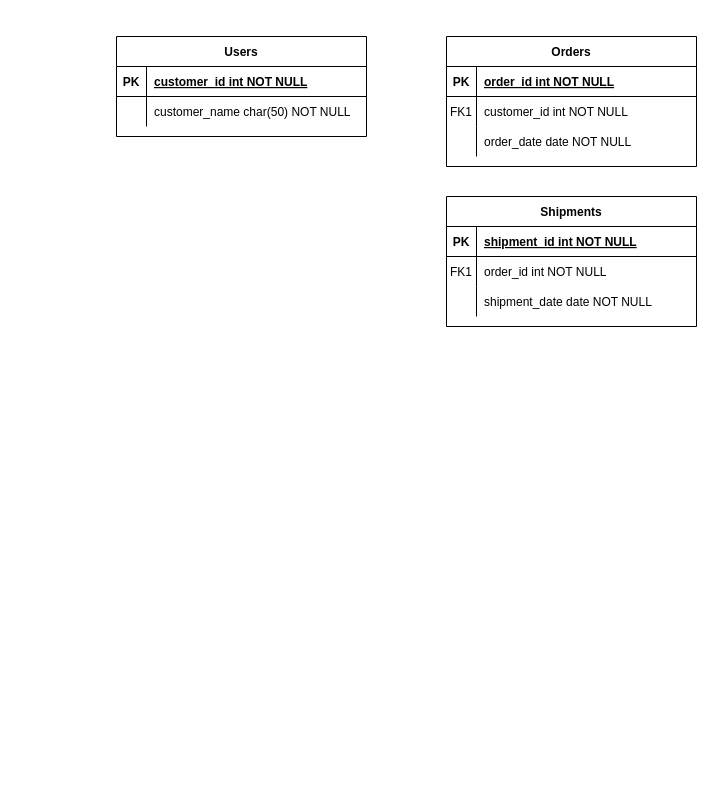
Earlier version of the draw.io diagram 名称未設定ファイル.drawio (s17w09/Entity-Relationship-Diagram). Source tidied: cells renumbered, new cells numbered last; positions are measured from the earlier drawing's top-left corner, leaving out a move shared by most shapes. Both pictures are drawn from the tidied source at 100%, with x=0, y=0 at pixel (116, 36).
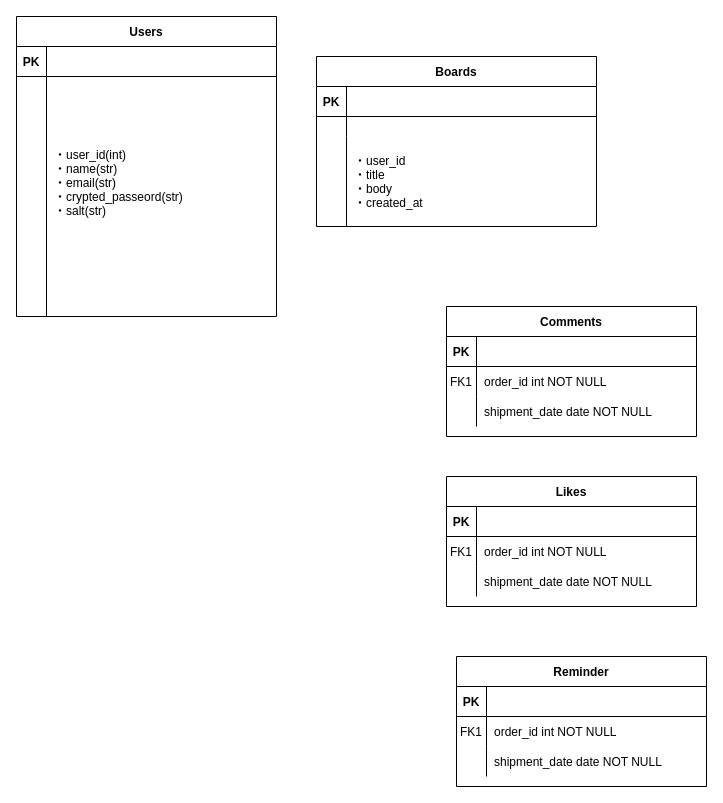
The same page after the edit.

Commit message (it also covers changes not shown here):
名称未設定ファイル.drawio を更新します

The change refers to these unchanged cells:
```xml
<mxCell id="13" style="shape=partialRectangle;fillColor=none;top=0;left=0;right=0;bottom=1;" parent="12" vertex="1">
  <mxGeometry y="30" width="250" height="30" as="geometry" />
</mxCell>
```

Change to the diagram source:
```diff
@@
-    <mxCell id="2" value="Orders" style="shape=table;startSize=30;childLayout=tableLayout;rowLines=0;fontStyle=1;align=center;" parent="1" vertex="1">
-      <mxGeometry x="330" width="250" height="130" as="geometry" />
+    <mxCell id="2" value="Boards" style="shape=table;startSize=30;childLayout=tableLayout;rowLines=0;fontStyle=1;align=center;" parent="1" vertex="1">
+      <mxGeometry x="200" y="20" width="280" height="170" as="geometry" />
     </mxCell>
     <mxCell id="3" style="shape=partialRectangle;fillColor=none;top=0;left=0;right=0;bottom=1;" parent="2" vertex="1">
-      <mxGeometry y="30" width="250" height="30" as="geometry" />
+      <mxGeometry y="30" width="280" height="30" as="geometry" />
     </mxCell>
@@
-    <mxCell id="5" value="order_id int NOT NULL " style="shape=partialRectangle;overflow=hidden;fillColor=none;top=0;left=0;bottom=0;right=0;align=left;spacingLeft=6;fontStyle=5;" parent="3" vertex="1">
-      <mxGeometry x="30" width="220" height="30" as="geometry" />
+    <mxCell id="5" style="shape=partialRectangle;overflow=hidden;fillColor=none;top=0;left=0;bottom=0;right=0;align=left;spacingLeft=6;fontStyle=5;" parent="3" vertex="1">
+      <mxGeometry x="30" width="250" height="30" as="geometry" />
     </mxCell>
     <mxCell id="6" style="shape=partialRectangle;fillColor=none;top=0;left=0;right=0;bottom=0;" parent="2" vertex="1">
-      <mxGeometry y="60" width="250" height="30" as="geometry" />
+      <mxGeometry y="60" width="280" height="20" as="geometry" />
     </mxCell>
-    <mxCell id="7" value="FK1" style="shape=partialRectangle;overflow=hidden;fillColor=none;top=0;left=0;bottom=0;right=0;" parent="6" vertex="1">
-      <mxGeometry width="30" height="30" as="geometry" />
+    <mxCell id="7" style="shape=partialRectangle;overflow=hidden;fillColor=none;top=0;left=0;bottom=0;right=0;" parent="6" vertex="1">
+      <mxGeometry width="30" height="20" as="geometry" />
     </mxCell>
-    <mxCell id="8" value="customer_id int NOT NULL" style="shape=partialRectangle;overflow=hidden;fillColor=none;top=0;left=0;bottom=0;right=0;align=left;spacingLeft=6;" parent="6" vertex="1">
-      <mxGeometry x="30" width="220" height="30" as="geometry" />
+    <mxCell id="8" style="shape=partialRectangle;overflow=hidden;fillColor=none;top=0;left=0;bottom=0;right=0;align=left;spacingLeft=6;" parent="6" vertex="1">
+      <mxGeometry x="30" width="250" height="20" as="geometry" />
     </mxCell>
     <mxCell id="9" style="shape=partialRectangle;fillColor=none;top=0;left=0;right=0;bottom=0;" parent="2" vertex="1">
-      <mxGeometry y="90" width="250" height="30" as="geometry" />
+      <mxGeometry y="80" width="280" height="90" as="geometry" />
     </mxCell>
     <mxCell id="10" style="shape=partialRectangle;overflow=hidden;fillColor=none;top=0;left=0;bottom=0;right=0;" parent="9" vertex="1">
-      <mxGeometry width="30" height="30" as="geometry" />
+      <mxGeometry width="30" height="90" as="geometry" />
     </mxCell>
-    <mxCell id="11" value="order_date date NOT NULL" style="shape=partialRectangle;overflow=hidden;fillColor=none;top=0;left=0;bottom=0;right=0;align=left;spacingLeft=6;" parent="9" vertex="1">
-      <mxGeometry x="30" width="220" height="30" as="geometry" />
+    <mxCell id="11" value="・user_id&#10;・title&#10;・body&#10;・created_at" style="shape=partialRectangle;overflow=hidden;fillColor=none;top=0;left=0;bottom=0;right=0;align=left;spacingLeft=6;" parent="9" vertex="1">
+      <mxGeometry x="30" width="250" height="90" as="geometry" />
     </mxCell>
-    <mxCell id="12" value="Shipments" style="shape=table;startSize=30;childLayout=tableLayout;rowLines=0;fontStyle=1;align=center;" parent="1" vertex="1">
-      <mxGeometry x="330" y="160" width="250" height="130" as="geometry" />
+    <mxCell id="12" value="Comments" style="shape=table;startSize=30;childLayout=tableLayout;rowLines=0;fontStyle=1;align=center;" parent="1" vertex="1">
+      <mxGeometry x="330" y="270" width="250" height="130" as="geometry" />
     </mxCell>
@@
-    <mxCell id="15" value="shipment_id int NOT NULL " style="shape=partialRectangle;overflow=hidden;fillColor=none;top=0;left=0;bottom=0;right=0;align=left;spacingLeft=6;fontStyle=5;" parent="13" vertex="1">
+    <mxCell id="15" style="shape=partialRectangle;overflow=hidden;fillColor=none;top=0;left=0;bottom=0;right=0;align=left;spacingLeft=6;fontStyle=5;" parent="13" vertex="1">
       <mxGeometry x="30" width="220" height="30" as="geometry" />
     </mxCell>
@@
     <mxCell id="22" value="Users" style="shape=table;startSize=30;childLayout=tableLayout;rowLines=0;fontStyle=1;align=center;" parent="1" vertex="1">
-      <mxGeometry width="250" height="100" as="geometry" />
+      <mxGeometry x="-100" y="-20" width="260" height="300" as="geometry" />
     </mxCell>
     <mxCell id="23" style="shape=partialRectangle;fillColor=none;top=0;left=0;right=0;bottom=1;" parent="22" vertex="1">
-      <mxGeometry y="30" width="250" height="30" as="geometry" />
+      <mxGeometry y="30" width="260" height="30" as="geometry" />
     </mxCell>
@@
-    <mxCell id="25" value="customer_id int NOT NULL " style="shape=partialRectangle;overflow=hidden;fillColor=none;top=0;left=0;bottom=0;right=0;align=left;spacingLeft=6;fontStyle=5;" parent="23" vertex="1">
-      <mxGeometry x="30" width="220" height="30" as="geometry" />
+    <mxCell id="25" style="shape=partialRectangle;overflow=hidden;fillColor=none;top=0;left=0;bottom=0;right=0;align=left;spacingLeft=6;fontStyle=5;" parent="23" vertex="1">
+      <mxGeometry x="30" width="230" height="30" as="geometry" />
     </mxCell>
     <mxCell id="26" style="shape=partialRectangle;fillColor=none;top=0;left=0;right=0;bottom=0;" parent="22" vertex="1">
-      <mxGeometry y="60" width="250" height="30" as="geometry" />
+      <mxGeometry y="60" width="260" height="240" as="geometry" />
     </mxCell>
     <mxCell id="27" style="shape=partialRectangle;overflow=hidden;fillColor=none;top=0;left=0;bottom=0;right=0;" parent="26" vertex="1">
-      <mxGeometry width="30" height="30" as="geometry" />
+      <mxGeometry width="30" height="240" as="geometry" />
     </mxCell>
-    <mxCell id="28" value="customer_name char(50) NOT NULL" style="shape=partialRectangle;overflow=hidden;fillColor=none;top=0;left=0;bottom=0;right=0;align=left;spacingLeft=6;" parent="26" vertex="1">
-      <mxGeometry x="30" width="220" height="30" as="geometry" />
+    <mxCell id="28" value="・user_id(int)&#10;・name(str)&#10;・email(str)&#10;・crypted_passeord(str)&#10;・salt(str)&#10;&#10;" style="shape=partialRectangle;overflow=hidden;fillColor=none;top=0;left=0;bottom=0;right=0;align=left;spacingLeft=6;" parent="26" vertex="1">
+      <mxGeometry x="30" width="230" height="240" as="geometry" />
     </mxCell>
+    <mxCell id="29" value="Likes" style="shape=table;startSize=30;childLayout=tableLayout;rowLines=0;fontStyle=1;align=center;" parent="1" vertex="1">
+      <mxGeometry x="330" y="440" width="250" height="130" as="geometry" />
+    </mxCell>
+    <mxCell id="30" style="shape=partialRectangle;fillColor=none;top=0;left=0;right=0;bottom=1;" parent="29" vertex="1">
+      <mxGeometry y="30" width="250" height="30" as="geometry" />
+    </mxCell>
+    <mxCell id="31" value="PK" style="shape=partialRectangle;overflow=hidden;fillColor=none;top=0;left=0;bottom=0;right=0;fontStyle=1;" parent="30" vertex="1">
+      <mxGeometry width="30" height="30" as="geometry" />
+    </mxCell>
+    <mxCell id="32" style="shape=partialRectangle;overflow=hidden;fillColor=none;top=0;left=0;bottom=0;right=0;align=left;spacingLeft=6;fontStyle=5;" parent="30" vertex="1">
+      <mxGeometry x="30" width="220" height="30" as="geometry" />
+    </mxCell>
+    <mxCell id="33" style="shape=partialRectangle;fillColor=none;top=0;left=0;right=0;bottom=0;" parent="29" vertex="1">
+      <mxGeometry y="60" width="250" height="30" as="geometry" />
+    </mxCell>
+    <mxCell id="34" value="FK1" style="shape=partialRectangle;overflow=hidden;fillColor=none;top=0;left=0;bottom=0;right=0;" parent="33" vertex="1">
+      <mxGeometry width="30" height="30" as="geometry" />
+    </mxCell>
+    <mxCell id="35" value="order_id int NOT NULL" style="shape=partialRectangle;overflow=hidden;fillColor=none;top=0;left=0;bottom=0;right=0;align=left;spacingLeft=6;" parent="33" vertex="1">
+      <mxGeometry x="30" width="220" height="30" as="geometry" />
+    </mxCell>
+    <mxCell id="36" style="shape=partialRectangle;fillColor=none;top=0;left=0;right=0;bottom=0;" parent="29" vertex="1">
+      <mxGeometry y="90" width="250" height="30" as="geometry" />
+    </mxCell>
+    <mxCell id="37" style="shape=partialRectangle;overflow=hidden;fillColor=none;top=0;left=0;bottom=0;right=0;" parent="36" vertex="1">
+      <mxGeometry width="30" height="30" as="geometry" />
+    </mxCell>
+    <mxCell id="38" value="shipment_date date NOT NULL" style="shape=partialRectangle;overflow=hidden;fillColor=none;top=0;left=0;bottom=0;right=0;align=left;spacingLeft=6;" parent="36" vertex="1">
+      <mxGeometry x="30" width="220" height="30" as="geometry" />
+    </mxCell>
+    <mxCell id="39" value="Reminder" style="shape=table;startSize=30;childLayout=tableLayout;rowLines=0;fontStyle=1;align=center;" parent="1" vertex="1">
+      <mxGeometry x="340" y="620" width="250" height="130" as="geometry" />
+    </mxCell>
+    <mxCell id="40" style="shape=partialRectangle;fillColor=none;top=0;left=0;right=0;bottom=1;" parent="39" vertex="1">
+      <mxGeometry y="30" width="250" height="30" as="geometry" />
+    </mxCell>
+    <mxCell id="41" value="PK" style="shape=partialRectangle;overflow=hidden;fillColor=none;top=0;left=0;bottom=0;right=0;fontStyle=1;" parent="40" vertex="1">
+      <mxGeometry width="30" height="30" as="geometry" />
+    </mxCell>
+    <mxCell id="42" style="shape=partialRectangle;overflow=hidden;fillColor=none;top=0;left=0;bottom=0;right=0;align=left;spacingLeft=6;fontStyle=5;" parent="40" vertex="1">
+      <mxGeometry x="30" width="220" height="30" as="geometry" />
+    </mxCell>
+    <mxCell id="43" style="shape=partialRectangle;fillColor=none;top=0;left=0;right=0;bottom=0;" parent="39" vertex="1">
+      <mxGeometry y="60" width="250" height="30" as="geometry" />
+    </mxCell>
+    <mxCell id="44" value="FK1" style="shape=partialRectangle;overflow=hidden;fillColor=none;top=0;left=0;bottom=0;right=0;" parent="43" vertex="1">
+      <mxGeometry width="30" height="30" as="geometry" />
+    </mxCell>
+    <mxCell id="45" value="order_id int NOT NULL" style="shape=partialRectangle;overflow=hidden;fillColor=none;top=0;left=0;bottom=0;right=0;align=left;spacingLeft=6;" parent="43" vertex="1">
+      <mxGeometry x="30" width="220" height="30" as="geometry" />
+    </mxCell>
+    <mxCell id="46" style="shape=partialRectangle;fillColor=none;top=0;left=0;right=0;bottom=0;" parent="39" vertex="1">
+      <mxGeometry y="90" width="250" height="30" as="geometry" />
+    </mxCell>
+    <mxCell id="47" style="shape=partialRectangle;overflow=hidden;fillColor=none;top=0;left=0;bottom=0;right=0;" parent="46" vertex="1">
+      <mxGeometry width="30" height="30" as="geometry" />
+    </mxCell>
+    <mxCell id="48" value="shipment_date date NOT NULL" style="shape=partialRectangle;overflow=hidden;fillColor=none;top=0;left=0;bottom=0;right=0;align=left;spacingLeft=6;" parent="46" vertex="1">
+      <mxGeometry x="30" width="220" height="30" as="geometry" />
+    </mxCell>
```
